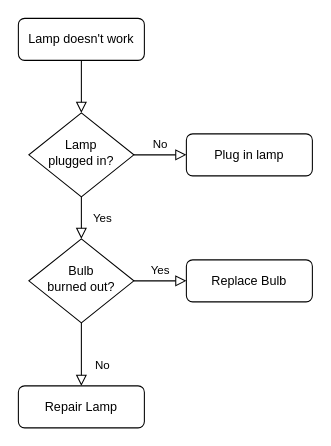
Before: Untitled Diagram.drawio in chooosh/chooosh, a draw.io diagram. Source tidied: cells renumbered, new cells numbered last; positions are measured from the earlier drawing's top-left corner, leaving out a move shared by most shapes. Both pictures are drawn from the tidied source at 105%, with x=0, y=0 at pixel (18, 18).
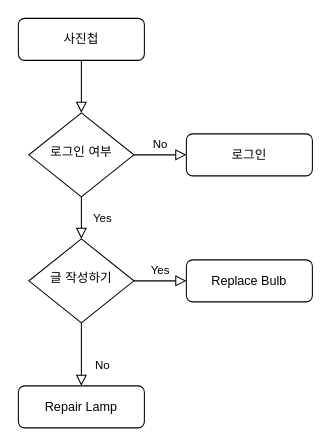
Above is the later version.

What changed in the source:
```diff
@@
 <mxGraphModel>
   <root>
     <mxCell id="0" />
     <mxCell id="1" parent="0" />
     <mxCell id="2" style="rounded=0;html=1;jettySize=auto;fontSize=11;endArrow=block;endFill=0;endSize=8;strokeWidth=1;shadow=0;labelBackgroundColor=none;edgeStyle=orthogonalEdgeStyle;" parent="1" edge="1" source="3" target="6">
       <mxGeometry relative="1" as="geometry" />
     </mxCell>
-    <mxCell id="3" value="Lamp doesn't work" style="rounded=1;whiteSpace=wrap;html=1;fontSize=12;glass=0;strokeWidth=1;shadow=0;" parent="1" vertex="1">
+    <mxCell id="3" value="사진첩" style="rounded=1;whiteSpace=wrap;html=1;fontSize=12;glass=0;strokeWidth=1;shadow=0;" parent="1" vertex="1">
       <mxGeometry width="120" height="40" as="geometry" />
     </mxCell>
     <mxCell id="4" value="Yes" style="rounded=0;html=1;jettySize=auto;fontSize=11;endArrow=block;endFill=0;endSize=8;strokeWidth=1;shadow=0;labelBackgroundColor=none;edgeStyle=orthogonalEdgeStyle;" parent="1" edge="1" source="6" target="10">
       <mxGeometry y="20" relative="1" as="geometry" />
     </mxCell>
     <mxCell id="5" value="No" style="edgeStyle=orthogonalEdgeStyle;rounded=0;html=1;jettySize=auto;fontSize=11;endArrow=block;endFill=0;endSize=8;strokeWidth=1;shadow=0;labelBackgroundColor=none;" parent="1" edge="1" source="6" target="7">
       <mxGeometry y="10" relative="1" as="geometry" />
     </mxCell>
-    <mxCell id="6" value="Lamp&lt;br&gt;plugged in?" style="rhombus;whiteSpace=wrap;html=1;shadow=0;fontFamily=Helvetica;fontSize=12;align=center;strokeWidth=1;spacing=6;spacingTop=-4;" parent="1" vertex="1">
+    <mxCell id="6" value="로그인 여부" style="rhombus;whiteSpace=wrap;html=1;shadow=0;fontFamily=Helvetica;fontSize=12;align=center;strokeWidth=1;spacing=6;spacingTop=-4;" parent="1" vertex="1">
       <mxGeometry x="10" y="90" width="100" height="80" as="geometry" />
     </mxCell>
-    <mxCell id="7" value="Plug in lamp" style="rounded=1;whiteSpace=wrap;html=1;fontSize=12;glass=0;strokeWidth=1;shadow=0;" parent="1" vertex="1">
+    <mxCell id="7" value="로그인" style="rounded=1;whiteSpace=wrap;html=1;fontSize=12;glass=0;strokeWidth=1;shadow=0;" parent="1" vertex="1">
       <mxGeometry x="160" y="110" width="120" height="40" as="geometry" />
     </mxCell>
     <mxCell id="8" value="No" style="rounded=0;html=1;jettySize=auto;fontSize=11;endArrow=block;endFill=0;endSize=8;strokeWidth=1;shadow=0;labelBackgroundColor=none;edgeStyle=orthogonalEdgeStyle;" parent="1" edge="1" source="10" target="11">
       <mxGeometry x="0.33" y="20" relative="1" as="geometry" />
     </mxCell>
     <mxCell id="9" value="Yes" style="edgeStyle=orthogonalEdgeStyle;rounded=0;html=1;jettySize=auto;fontSize=11;endArrow=block;endFill=0;endSize=8;strokeWidth=1;shadow=0;labelBackgroundColor=none;" parent="1" edge="1" source="10" target="12">
       <mxGeometry y="10" relative="1" as="geometry" />
     </mxCell>
-    <mxCell id="10" value="Bulb&lt;br&gt;burned out?" style="rhombus;whiteSpace=wrap;html=1;shadow=0;fontFamily=Helvetica;fontSize=12;align=center;strokeWidth=1;spacing=6;spacingTop=-4;" parent="1" vertex="1">
+    <mxCell id="10" value="글 작성하기" style="rhombus;whiteSpace=wrap;html=1;shadow=0;fontFamily=Helvetica;fontSize=12;align=center;strokeWidth=1;spacing=6;spacingTop=-4;" parent="1" vertex="1">
       <mxGeometry x="10" y="210" width="100" height="80" as="geometry" />
     </mxCell>
     <mxCell id="11" value="Repair Lamp" style="rounded=1;whiteSpace=wrap;html=1;fontSize=12;glass=0;strokeWidth=1;shadow=0;" parent="1" vertex="1">
       <mxGeometry y="350" width="120" height="40" as="geometry" />
     </mxCell>
     <mxCell id="12" value="Replace Bulb" style="rounded=1;whiteSpace=wrap;html=1;fontSize=12;glass=0;strokeWidth=1;shadow=0;" parent="1" vertex="1">
       <mxGeometry x="160" y="230" width="120" height="40" as="geometry" />
     </mxCell>
   </root>
 </mxGraphModel>
```
